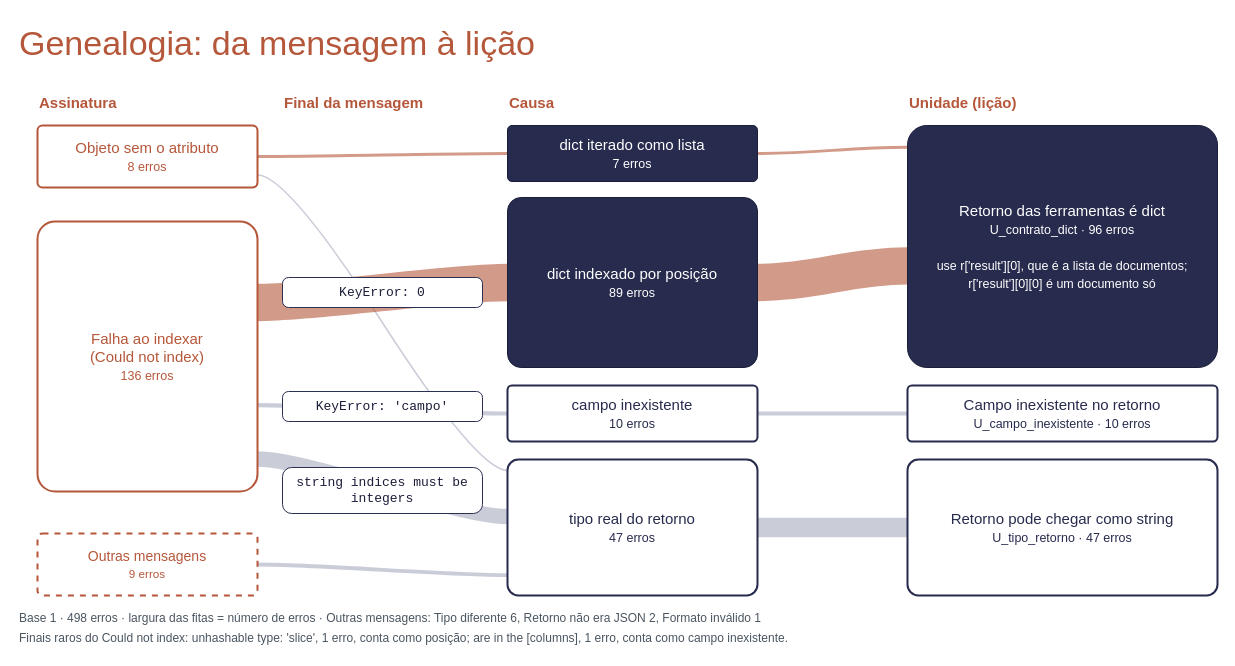
The draw.io diagram docs/sources/draw.io/genealogia_contrato_dict.drawio in rc-ventura/memory_layer_ai_agents, before the edit. Source tidied: cells renumbered, new cells numbered last; positions are measured from the earlier drawing's top-left corner, leaving out a move shared by most shapes. Both pictures are drawn from the tidied source at 100%, with x=0, y=0 at pixel (17, 17).
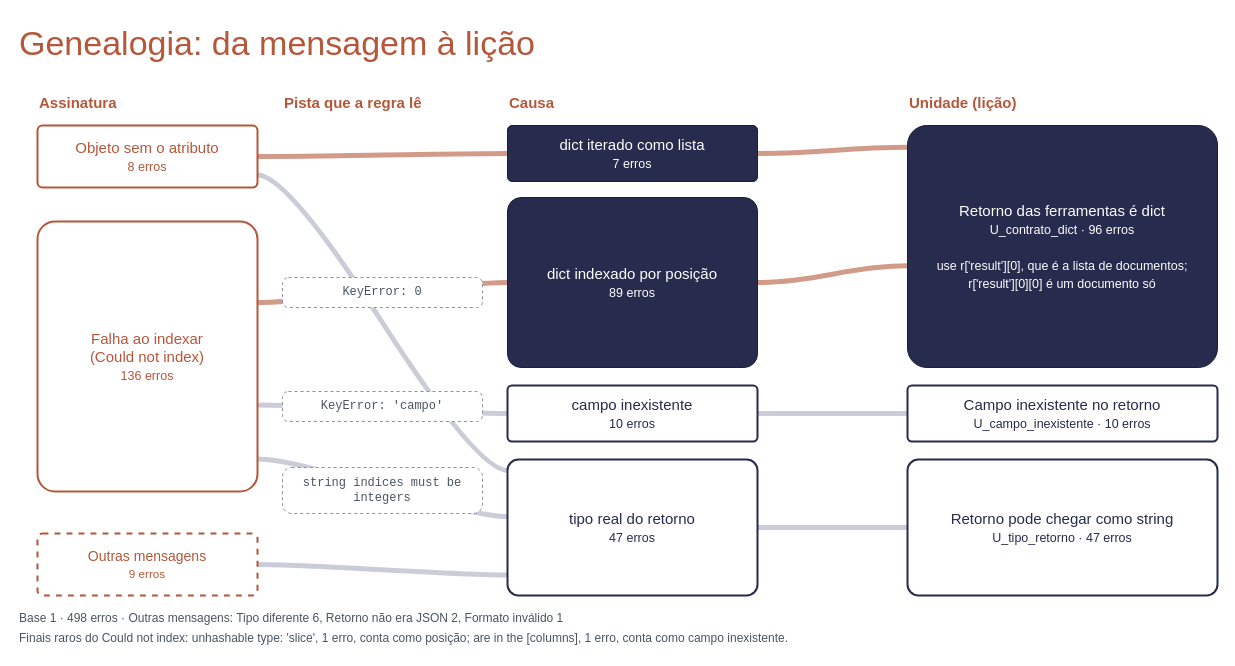
The same diagram, later.

The change refers to these unchanged cells:
```xml
<mxCell id="17" value="Objeto sem o atributo&lt;br&gt;&lt;small&gt;8 erros&lt;/small&gt;" style="rounded=1;arcSize=8;whiteSpace=wrap;html=1;fillColor=#FFFFFF;strokeColor=#B5573A;strokeWidth=2;fontColor=#B5573A;fontSize=15;" parent="1" vertex="1">
  <mxGeometry x="20" y="108" width="220" height="62" as="geometry" />
</mxCell>
<mxCell id="18" value="Falha ao indexar&lt;br&gt;(Could not index)&lt;br&gt;&lt;small&gt;136 erros&lt;/small&gt;" style="rounded=1;arcSize=8;whiteSpace=wrap;html=1;fillColor=#FFFFFF;strokeColor=#B5573A;strokeWidth=2;fontColor=#B5573A;fontSize=15;" parent="1" vertex="1">
  <mxGeometry x="20" y="204" width="220" height="270" as="geometry" />
</mxCell>
<mxCell id="19" value="Outras mensagens&lt;br&gt;&lt;small&gt;9 erros&lt;/small&gt;" style="rounded=1;arcSize=8;whiteSpace=wrap;html=1;fillColor=#FFFFFF;strokeColor=#B5573A;strokeWidth=2;dashed=1;fontColor=#B5573A;fontSize=14;" parent="1" vertex="1">
  <mxGeometry x="20" y="516" width="220" height="62" as="geometry" />
</mxCell>
<mxCell id="20" value="dict iterado como lista&lt;br&gt;&lt;small&gt;7 erros&lt;/small&gt;" style="rounded=1;arcSize=8;whiteSpace=wrap;html=1;fillColor=#272B4D;strokeColor=#1B1E38;fontColor=#FFFFFF;fontSize=15;" parent="1" vertex="1">
  <mxGeometry x="490" y="108" width="250" height="56" as="geometry" />
</mxCell>
<mxCell id="21" value="dict indexado por posição&lt;br&gt;&lt;small&gt;89 erros&lt;/small&gt;" style="rounded=1;arcSize=8;whiteSpace=wrap;html=1;fillColor=#272B4D;strokeColor=#1B1E38;fontColor=#FFFFFF;fontSize=15;" parent="1" vertex="1">
  <mxGeometry x="490" y="180" width="250" height="170" as="geometry" />
</mxCell>
<mxCell id="22" value="campo inexistente&lt;br&gt;&lt;small&gt;10 erros&lt;/small&gt;" style="rounded=1;arcSize=8;whiteSpace=wrap;html=1;fillColor=#FFFFFF;strokeColor=#272B4D;strokeWidth=2;fontColor=#272B4D;fontSize=15;" parent="1" vertex="1">
  <mxGeometry x="490" y="368" width="250" height="56" as="geometry" />
</mxCell>
<mxCell id="23" value="tipo real do retorno&lt;br&gt;&lt;small&gt;47 erros&lt;/small&gt;" style="rounded=1;arcSize=8;whiteSpace=wrap;html=1;fillColor=#FFFFFF;strokeColor=#272B4D;strokeWidth=2;fontColor=#272B4D;fontSize=15;" parent="1" vertex="1">
  <mxGeometry x="490" y="442" width="250" height="136" as="geometry" />
</mxCell>
<mxCell id="24" value="Retorno das ferramentas é dict&lt;br&gt;&lt;small&gt;U_contrato_dict · 96 erros&lt;/small&gt;&lt;br&gt;&lt;br&gt;&lt;small&gt;use r['result'][0], que é a lista de documentos;&lt;br&gt;r['result'][0][0] é um documento só&lt;/small&gt;" style="rounded=1;arcSize=8;whiteSpace=wrap;html=1;fillColor=#272B4D;strokeColor=#1B1E38;fontColor=#FFFFFF;fontSize=15;" parent="1" vertex="1">
  <mxGeometry x="890" y="108" width="310" height="242" as="geometry" />
</mxCell>
<mxCell id="25" value="Campo inexistente no retorno&lt;br&gt;&lt;small&gt;U_campo_inexistente · 10 erros&lt;/small&gt;" style="rounded=1;arcSize=8;whiteSpace=wrap;html=1;fillColor=#FFFFFF;strokeColor=#272B4D;strokeWidth=2;fontColor=#272B4D;fontSize=15;" parent="1" vertex="1">
  <mxGeometry x="890" y="368" width="310" height="56" as="geometry" />
</mxCell>
<mxCell id="26" value="Retorno pode chegar como string&lt;br&gt;&lt;small&gt;U_tipo_retorno · 47 erros&lt;/small&gt;" style="rounded=1;arcSize=8;whiteSpace=wrap;html=1;fillColor=#FFFFFF;strokeColor=#272B4D;strokeWidth=2;fontColor=#272B4D;fontSize=15;" parent="1" vertex="1">
  <mxGeometry x="890" y="442" width="310" height="136" as="geometry" />
</mxCell>
```

The edit, as a diff of the source:
```diff
@@
-    <mxCell id="2" style="edgeStyle=entityRelationEdgeStyle;curved=1;html=1;endArrow=none;startArrow=none;strokeColor=#B5573A;opacity=60;strokeWidth=2.9;exitX=1;exitY=0.5;exitDx=0;exitDy=0;entryX=0;entryY=0.5;entryDx=0;entryDy=0;" parent="1" edge="1" source="17" target="20">
+    <mxCell id="2" style="edgeStyle=entityRelationEdgeStyle;curved=1;html=1;endArrow=none;startArrow=none;strokeColor=#B5573A;opacity=60;strokeWidth=5;exitX=1;exitY=0.5;exitDx=0;exitDy=0;entryX=0;entryY=0.5;entryDx=0;entryDy=0;" parent="1" edge="1" source="17" target="20">
       <mxGeometry relative="1" as="geometry" />
     </mxCell>
-    <mxCell id="3" style="edgeStyle=entityRelationEdgeStyle;curved=1;html=1;endArrow=none;startArrow=none;strokeColor=#8A8FA8;opacity=45;strokeWidth=1.5;exitX=1;exitY=0.8;exitDx=0;exitDy=0;entryX=0;entryY=0.08;entryDx=0;entryDy=0;" parent="1" edge="1" source="17" target="23">
+    <mxCell id="3" style="edgeStyle=entityRelationEdgeStyle;curved=1;html=1;endArrow=none;startArrow=none;strokeColor=#8A8FA8;opacity=45;strokeWidth=5;exitX=1;exitY=0.8;exitDx=0;exitDy=0;entryX=0;entryY=0.08;entryDx=0;entryDy=0;" parent="1" edge="1" source="17" target="23">
       <mxGeometry relative="1" as="geometry" />
     </mxCell>
-    <mxCell id="4" style="edgeStyle=entityRelationEdgeStyle;curved=1;html=1;endArrow=none;startArrow=none;strokeColor=#B5573A;opacity=60;strokeWidth=37.4;exitX=1;exitY=0.3;exitDx=0;exitDy=0;entryX=0;entryY=0.5;entryDx=0;entryDy=0;" parent="1" edge="1" source="18" target="21">
+    <mxCell id="4" style="edgeStyle=entityRelationEdgeStyle;curved=1;html=1;endArrow=none;startArrow=none;strokeColor=#B5573A;opacity=60;strokeWidth=5;exitX=1;exitY=0.3;exitDx=0;exitDy=0;entryX=0;entryY=0.5;entryDx=0;entryDy=0;" parent="1" edge="1" source="18" target="21">
       <mxGeometry relative="1" as="geometry" />
     </mxCell>
-    <mxCell id="5" style="edgeStyle=entityRelationEdgeStyle;curved=1;html=1;endArrow=none;startArrow=none;strokeColor=#8A8FA8;opacity=45;strokeWidth=4.2;exitX=1;exitY=0.68;exitDx=0;exitDy=0;entryX=0;entryY=0.5;entryDx=0;entryDy=0;" parent="1" edge="1" source="18" target="22">
+    <mxCell id="5" style="edgeStyle=entityRelationEdgeStyle;curved=1;html=1;endArrow=none;startArrow=none;strokeColor=#8A8FA8;opacity=45;strokeWidth=5;exitX=1;exitY=0.68;exitDx=0;exitDy=0;entryX=0;entryY=0.5;entryDx=0;entryDy=0;" parent="1" edge="1" source="18" target="22">
       <mxGeometry relative="1" as="geometry" />
     </mxCell>
-    <mxCell id="6" style="edgeStyle=entityRelationEdgeStyle;curved=1;html=1;endArrow=none;startArrow=none;strokeColor=#8A8FA8;opacity=45;strokeWidth=15.5;exitX=1;exitY=0.88;exitDx=0;exitDy=0;entryX=0;entryY=0.42;entryDx=0;entryDy=0;" parent="1" edge="1" source="18" target="23">
+    <mxCell id="6" style="edgeStyle=entityRelationEdgeStyle;curved=1;html=1;endArrow=none;startArrow=none;strokeColor=#8A8FA8;opacity=45;strokeWidth=5;exitX=1;exitY=0.88;exitDx=0;exitDy=0;entryX=0;entryY=0.42;entryDx=0;entryDy=0;" parent="1" edge="1" source="18" target="23">
       <mxGeometry relative="1" as="geometry" />
     </mxCell>
-    <mxCell id="7" style="edgeStyle=entityRelationEdgeStyle;curved=1;html=1;endArrow=none;startArrow=none;strokeColor=#8A8FA8;opacity=45;strokeWidth=3.8;exitX=1;exitY=0.5;exitDx=0;exitDy=0;entryX=0;entryY=0.85;entryDx=0;entryDy=0;" parent="1" edge="1" source="19" target="23">
+    <mxCell id="7" style="edgeStyle=entityRelationEdgeStyle;curved=1;html=1;endArrow=none;startArrow=none;strokeColor=#8A8FA8;opacity=45;strokeWidth=5;exitX=1;exitY=0.5;exitDx=0;exitDy=0;entryX=0;entryY=0.85;entryDx=0;entryDy=0;" parent="1" edge="1" source="19" target="23">
       <mxGeometry relative="1" as="geometry" />
     </mxCell>
-    <mxCell id="8" style="edgeStyle=entityRelationEdgeStyle;curved=1;html=1;endArrow=none;startArrow=none;strokeColor=#B5573A;opacity=60;strokeWidth=2.9;exitX=1;exitY=0.5;exitDx=0;exitDy=0;entryX=0;entryY=0.09;entryDx=0;entryDy=0;" parent="1" edge="1" source="20" target="24">
+    <mxCell id="8" style="edgeStyle=entityRelationEdgeStyle;curved=1;html=1;endArrow=none;startArrow=none;strokeColor=#B5573A;opacity=60;strokeWidth=5;exitX=1;exitY=0.5;exitDx=0;exitDy=0;entryX=0;entryY=0.09;entryDx=0;entryDy=0;" parent="1" edge="1" source="20" target="24">
       <mxGeometry relative="1" as="geometry" />
     </mxCell>
-    <mxCell id="9" style="edgeStyle=entityRelationEdgeStyle;curved=1;html=1;endArrow=none;startArrow=none;strokeColor=#B5573A;opacity=60;strokeWidth=37.4;exitX=1;exitY=0.5;exitDx=0;exitDy=0;entryX=0;entryY=0.58;entryDx=0;entryDy=0;" parent="1" edge="1" source="21" target="24">
+    <mxCell id="9" style="edgeStyle=entityRelationEdgeStyle;curved=1;html=1;endArrow=none;startArrow=none;strokeColor=#B5573A;opacity=60;strokeWidth=5;exitX=1;exitY=0.5;exitDx=0;exitDy=0;entryX=0;entryY=0.58;entryDx=0;entryDy=0;" parent="1" edge="1" source="21" target="24">
       <mxGeometry relative="1" as="geometry" />
     </mxCell>
-    <mxCell id="10" style="edgeStyle=entityRelationEdgeStyle;curved=1;html=1;endArrow=none;startArrow=none;strokeColor=#8A8FA8;opacity=45;strokeWidth=4.2;exitX=1;exitY=0.5;exitDx=0;exitDy=0;entryX=0;entryY=0.5;entryDx=0;entryDy=0;" parent="1" edge="1" source="22" target="25">
+    <mxCell id="10" style="edgeStyle=entityRelationEdgeStyle;curved=1;html=1;endArrow=none;startArrow=none;strokeColor=#8A8FA8;opacity=45;strokeWidth=5;exitX=1;exitY=0.5;exitDx=0;exitDy=0;entryX=0;entryY=0.5;entryDx=0;entryDy=0;" parent="1" edge="1" source="22" target="25">
       <mxGeometry relative="1" as="geometry" />
     </mxCell>
-    <mxCell id="11" style="edgeStyle=entityRelationEdgeStyle;curved=1;html=1;endArrow=none;startArrow=none;strokeColor=#8A8FA8;opacity=45;strokeWidth=19.7;exitX=1;exitY=0.5;exitDx=0;exitDy=0;entryX=0;entryY=0.5;entryDx=0;entryDy=0;" parent="1" edge="1" source="23" target="26">
+    <mxCell id="11" style="edgeStyle=entityRelationEdgeStyle;curved=1;html=1;endArrow=none;startArrow=none;strokeColor=#8A8FA8;opacity=45;strokeWidth=5;exitX=1;exitY=0.5;exitDx=0;exitDy=0;entryX=0;entryY=0.5;entryDx=0;entryDy=0;" parent="1" edge="1" source="23" target="26">
       <mxGeometry relative="1" as="geometry" />
     </mxCell>
@@
-    <mxCell id="14" value="Final da mensagem" style="text;html=1;verticalAlign=middle;fontColor=#B5573A;align=left;fontSize=15;fontStyle=1;" parent="1" vertex="1">
+    <mxCell id="14" value="Pista que a regra lê" style="text;html=1;verticalAlign=middle;fontColor=#B5573A;align=left;fontSize=15;fontStyle=1;" parent="1" vertex="1">
       <mxGeometry x="265" y="72" width="300" height="26" as="geometry" />
     </mxCell>
@@
-    <mxCell id="27" value="KeyError: 0" style="rounded=1;arcSize=20;whiteSpace=wrap;html=1;fillColor=#FFFFFF;strokeColor=#2B2F52;strokeWidth=1;fontFamily=Courier New;fontSize=13;fontColor=#1B1E38;" parent="1" vertex="1">
+    <mxCell id="27" value="KeyError: 0" style="rounded=1;arcSize=20;whiteSpace=wrap;html=1;fillColor=#FFFFFF;strokeColor=#8A8FA8;strokeWidth=1;dashed=1;fontFamily=Courier New;fontSize=12;fontColor=#4A5560;" parent="1" vertex="1">
       <mxGeometry x="265" y="260" width="200" height="30" as="geometry" />
     </mxCell>
-    <mxCell id="28" value="KeyError: 'campo'" style="rounded=1;arcSize=20;whiteSpace=wrap;html=1;fillColor=#FFFFFF;strokeColor=#2B2F52;strokeWidth=1;fontFamily=Courier New;fontSize=13;fontColor=#1B1E38;" parent="1" vertex="1">
+    <mxCell id="28" value="KeyError: 'campo'" style="rounded=1;arcSize=20;whiteSpace=wrap;html=1;fillColor=#FFFFFF;strokeColor=#8A8FA8;strokeWidth=1;dashed=1;fontFamily=Courier New;fontSize=12;fontColor=#4A5560;" parent="1" vertex="1">
       <mxGeometry x="265" y="374" width="200" height="30" as="geometry" />
     </mxCell>
-    <mxCell id="29" value="string indices must be integers" style="rounded=1;arcSize=20;whiteSpace=wrap;html=1;fillColor=#FFFFFF;strokeColor=#2B2F52;strokeWidth=1;fontFamily=Courier New;fontSize=13;fontColor=#1B1E38;" parent="1" vertex="1">
+    <mxCell id="29" value="string indices must be integers" style="rounded=1;arcSize=20;whiteSpace=wrap;html=1;fillColor=#FFFFFF;strokeColor=#8A8FA8;strokeWidth=1;dashed=1;fontFamily=Courier New;fontSize=12;fontColor=#4A5560;" parent="1" vertex="1">
       <mxGeometry x="265" y="450" width="200" height="46" as="geometry" />
     </mxCell>
-    <mxCell id="30" value="Base 1 · 498 erros · largura das fitas = número de erros · Outras mensagens: Tipo diferente 6, Retorno não era JSON 2, Formato inválido 1" style="text;html=1;verticalAlign=middle;align=left;fontSize=12;fontColor=#4A5560;" parent="1" vertex="1">
+    <mxCell id="30" value="Base 1 · 498 erros · Outras mensagens: Tipo diferente 6, Retorno não era JSON 2, Formato inválido 1" style="text;html=1;verticalAlign=middle;align=left;fontSize=12;fontColor=#4A5560;" parent="1" vertex="1">
       <mxGeometry y="590" width="1200" height="22" as="geometry" />
     </mxCell>
```
